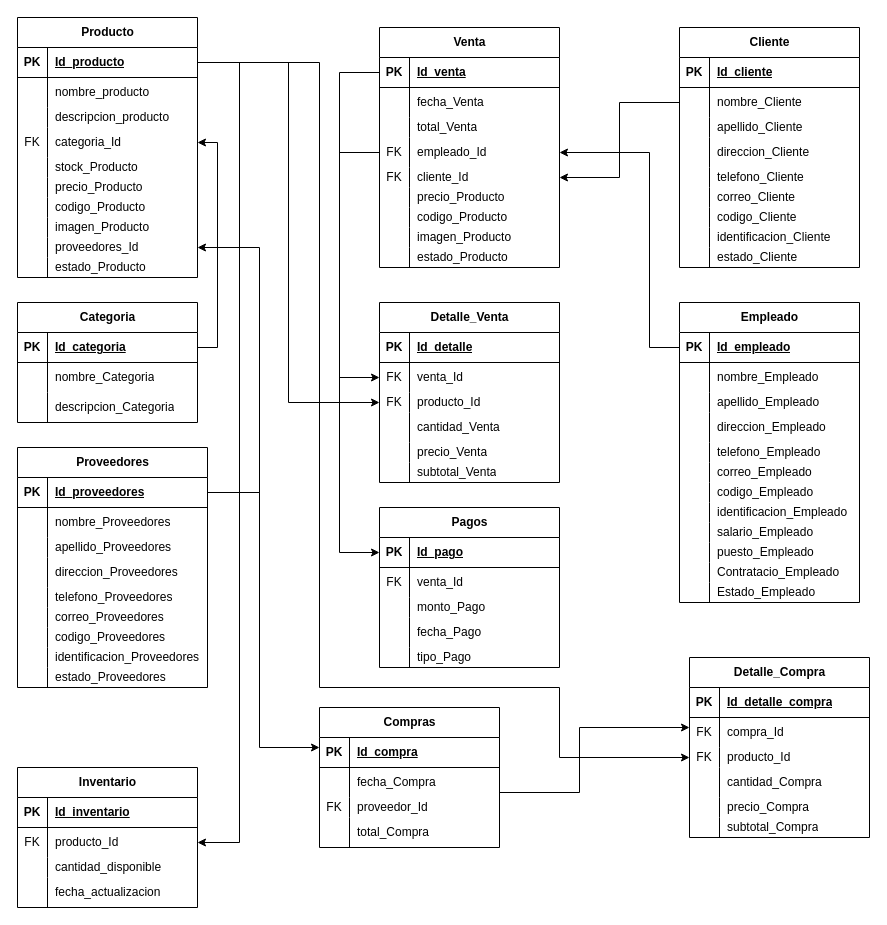
The draw.io diagram Diagrama sin título.drawio in TechPioneerSV/DiagramaPV, before the edit. Source tidied: cells renumbered, new cells numbered last; positions are measured from the earlier drawing's top-left corner, leaving out a move shared by most shapes. Both pictures are drawn from the tidied source at 100%, with x=0, y=0 at pixel (17, 17).
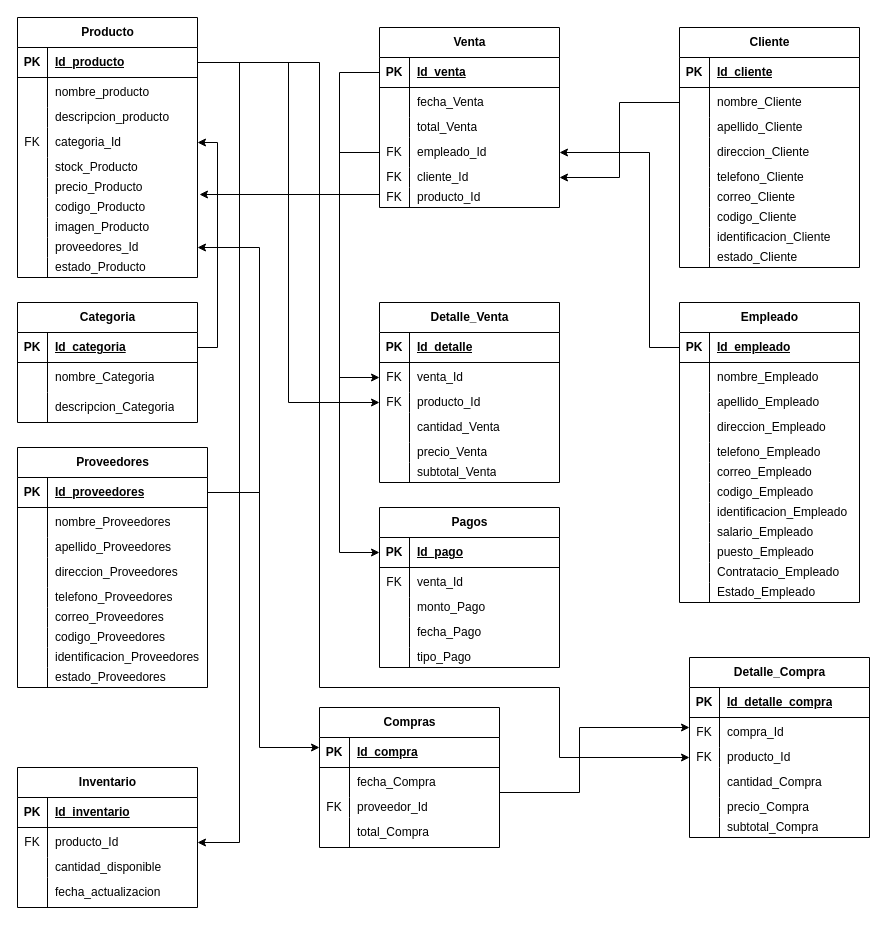
The same diagram, later.

Unchanged cells that the change refers to:
```xml
<mxCell id="59" style="shape=tableRow;horizontal=0;startSize=0;swimlaneHead=0;swimlaneBody=0;fillColor=none;points=[[0,0.5],[1,0.5]];portConstraint=eastwest;top=0;left=0;right=0;bottom=0;" parent="43" vertex="1">
  <mxGeometry y="160" width="180" height="20" as="geometry" />
</mxCell>
```

Change to the diagram source:
```diff
@@
     <mxCell id="43" value="Venta" style="shape=table;startSize=30;childLayout=tableLayout;rowLines=0;fontStyle=1;align=center;html=1;" parent="1" vertex="1">
-      <mxGeometry x="362" y="10" width="180" height="240" as="geometry" />
+      <mxGeometry x="362" y="10" width="180" height="180" as="geometry" />
     </mxCell>
@@
-    <mxCell id="60" style="shape=partialRectangle;fillColor=none;top=0;left=0;bottom=0;right=0;overflow=hidden;whiteSpace=wrap;html=1;" parent="59" vertex="1">
+    <mxCell id="60" value="FK" style="shape=partialRectangle;fillColor=none;top=0;left=0;bottom=0;right=0;overflow=hidden;whiteSpace=wrap;html=1;" parent="59" vertex="1">
       <mxGeometry width="30" height="20" as="geometry" />
     </mxCell>
-    <mxCell id="61" value="precio_Producto" style="shape=partialRectangle;fillColor=none;top=0;left=0;bottom=0;right=0;align=left;spacingLeft=6;overflow=hidden;whiteSpace=wrap;html=1;" parent="59" vertex="1">
+    <mxCell id="61" value="producto_Id" style="shape=partialRectangle;fillColor=none;top=0;left=0;bottom=0;right=0;align=left;spacingLeft=6;overflow=hidden;whiteSpace=wrap;html=1;" parent="59" vertex="1">
       <mxGeometry x="30" width="150" height="20" as="geometry" />
     </mxCell>
-    <mxCell id="62" style="shape=tableRow;horizontal=0;startSize=0;swimlaneHead=0;swimlaneBody=0;fillColor=none;top=0;left=0;right=0;bottom=0;" parent="43" vertex="1">
-      <mxGeometry y="180" width="180" height="20" as="geometry" />
-    </mxCell>
-    <mxCell id="63" style="shape=partialRectangle;fillColor=none;top=0;left=0;bottom=0;right=0;overflow=hidden;whiteSpace=wrap;html=1;" parent="62" vertex="1">
-      <mxGeometry width="30" height="20" as="geometry" />
-    </mxCell>
-    <mxCell id="64" value="codigo_Producto" style="shape=partialRectangle;fillColor=none;top=0;left=0;bottom=0;right=0;align=left;spacingLeft=6;overflow=hidden;whiteSpace=wrap;html=1;" parent="62" vertex="1">
-      <mxGeometry x="30" width="150" height="20" as="geometry" />
-    </mxCell>
-    <mxCell id="65" style="shape=tableRow;horizontal=0;startSize=0;swimlaneHead=0;swimlaneBody=0;fillColor=none;top=0;left=0;right=0;bottom=0;" parent="43" vertex="1">
-      <mxGeometry y="200" width="180" height="20" as="geometry" />
-    </mxCell>
-    <mxCell id="66" style="shape=partialRectangle;fillColor=none;top=0;left=0;bottom=0;right=0;overflow=hidden;whiteSpace=wrap;html=1;" parent="65" vertex="1">
-      <mxGeometry width="30" height="20" as="geometry" />
-    </mxCell>
-    <mxCell id="67" value="imagen_Producto" style="shape=partialRectangle;fillColor=none;top=0;left=0;bottom=0;right=0;align=left;spacingLeft=6;overflow=hidden;whiteSpace=wrap;html=1;" parent="65" vertex="1">
-      <mxGeometry x="30" width="150" height="20" as="geometry" />
-    </mxCell>
-    <mxCell id="68" style="shape=tableRow;horizontal=0;startSize=0;swimlaneHead=0;swimlaneBody=0;fillColor=none;top=0;left=0;right=0;bottom=0;" parent="43" vertex="1">
-      <mxGeometry y="220" width="180" height="20" as="geometry" />
-    </mxCell>
-    <mxCell id="69" style="shape=partialRectangle;fillColor=none;top=0;left=0;bottom=0;right=0;overflow=hidden;whiteSpace=wrap;html=1;" parent="68" vertex="1">
-      <mxGeometry width="30" height="20" as="geometry" />
-    </mxCell>
-    <mxCell id="70" value="estado_Producto" style="shape=partialRectangle;fillColor=none;top=0;left=0;bottom=0;right=0;align=left;spacingLeft=6;overflow=hidden;whiteSpace=wrap;html=1;" parent="68" vertex="1">
-      <mxGeometry x="30" width="150" height="20" as="geometry" />
-    </mxCell>
@@
+    <mxCell id="255" style="edgeStyle=orthogonalEdgeStyle;rounded=0;jettySize=auto;html=1;exitX=0;exitY=0.5;exitDx=0;exitDy=0;" parent="1" edge="1" source="59">
+      <mxGeometry relative="1" as="geometry">
+        <mxPoint x="182" y="177" as="targetPoint" />
+        <Array as="points">
+          <mxPoint x="362" y="177" />
+        </Array>
+      </mxGeometry>
+    </mxCell>
```
